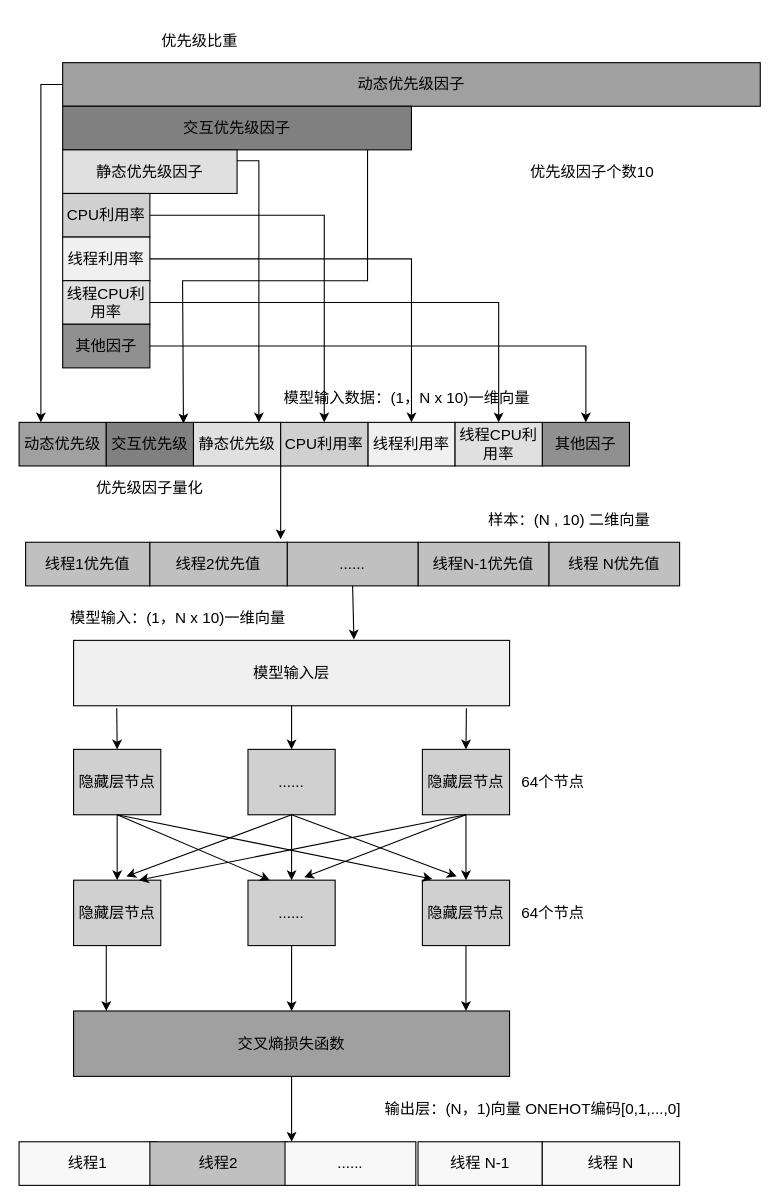
Above: 模型训练图.drawio in satadriver/essay (draw.io), before the change. Source tidied: cells renumbered, new cells numbered last; positions are measured from the earlier drawing's top-left corner, leaving out a move shared by most shapes. Both pictures are drawn from the tidied source at 109%, with x=0, y=0 at pixel (19, 19).
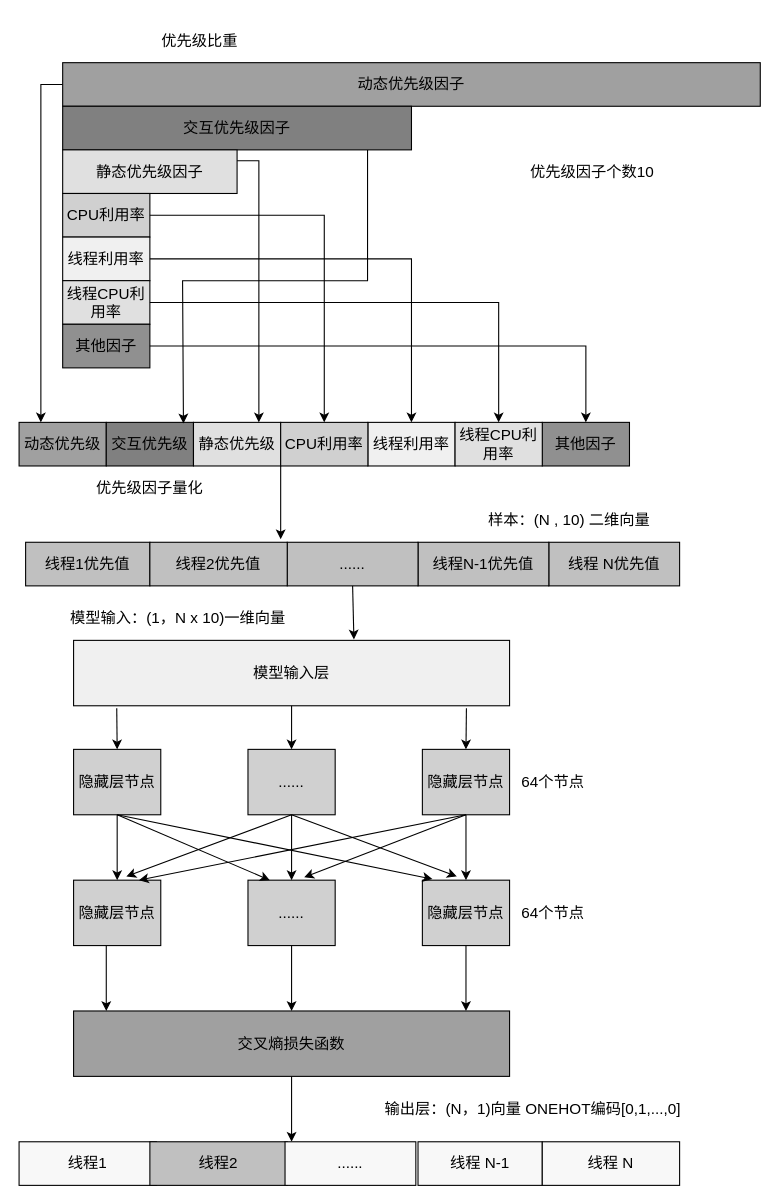
The same diagram, later.

What changed in the source:
```diff
@@
-    <mxCell id="67" value="&amp;nbsp;模型输入数据：(1，N x 10)一维向量" style="text;html=1;whiteSpace=wrap;strokeColor=none;fillColor=none;align=center;verticalAlign=middle;rounded=0;fontSize=14;fontFamily=宋体;" parent="1" vertex="1">
-      <mxGeometry x="224.4" y="317.6" width="260" height="60" as="geometry" />
-    </mxCell>
```
